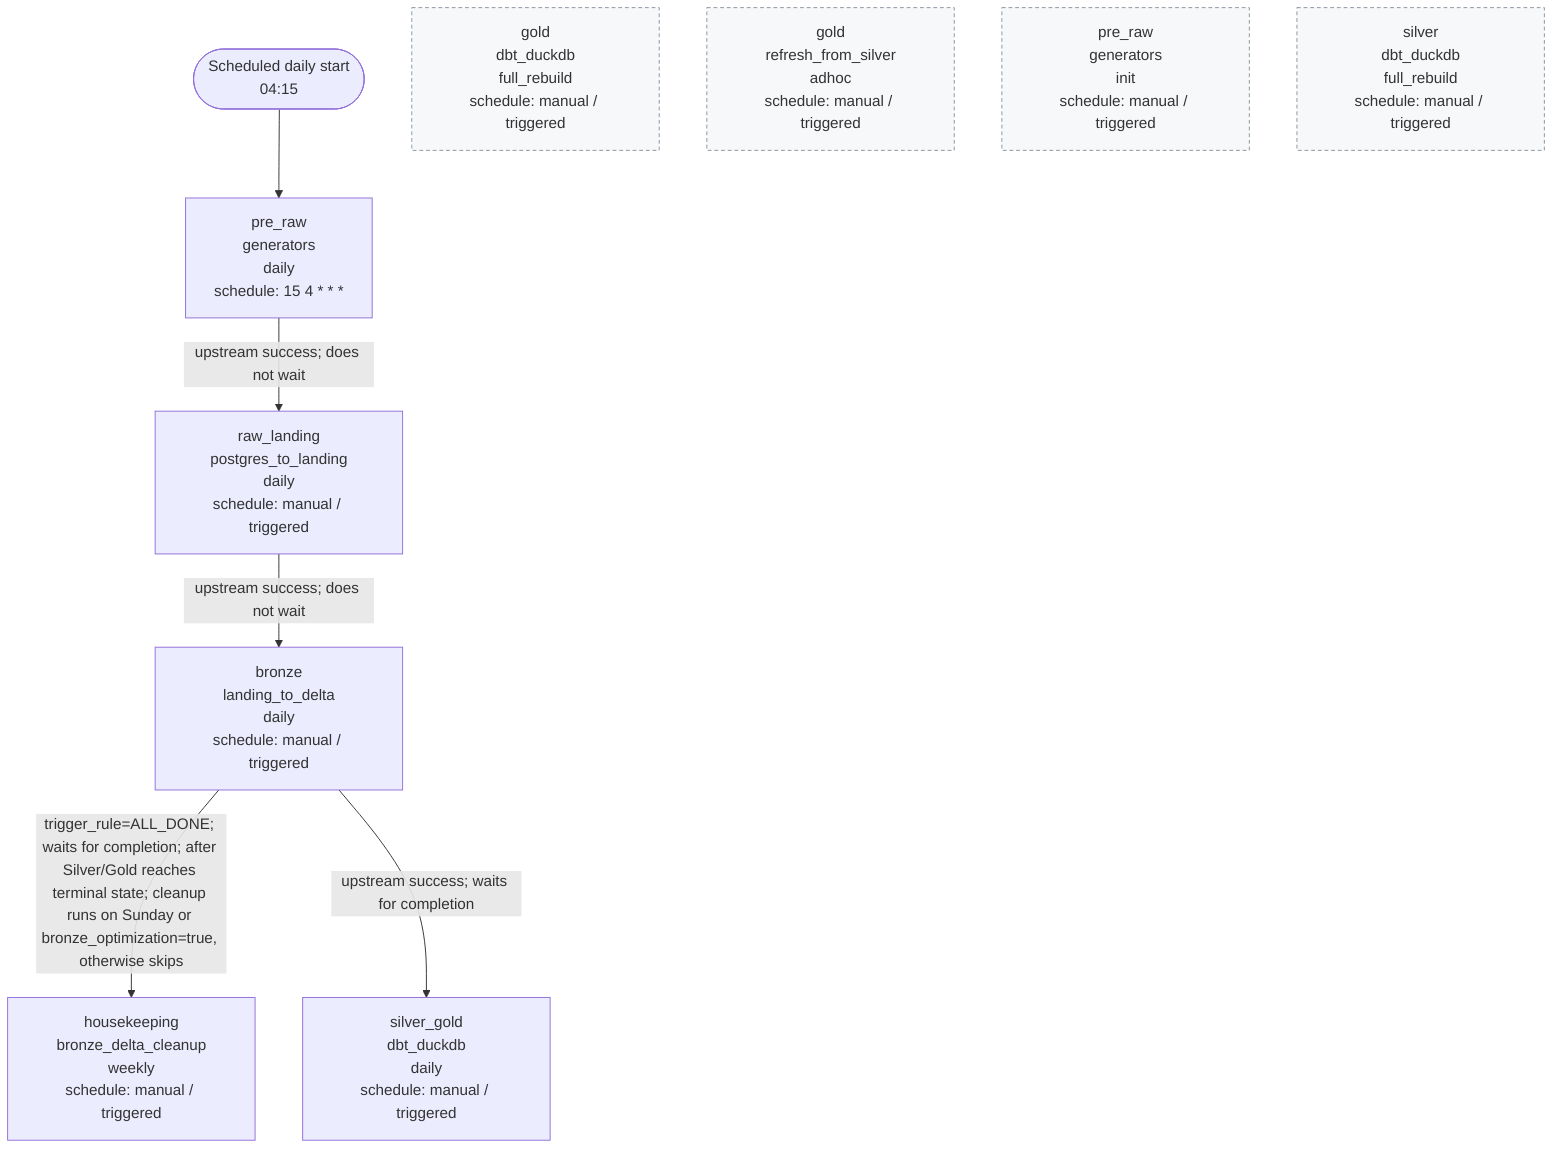
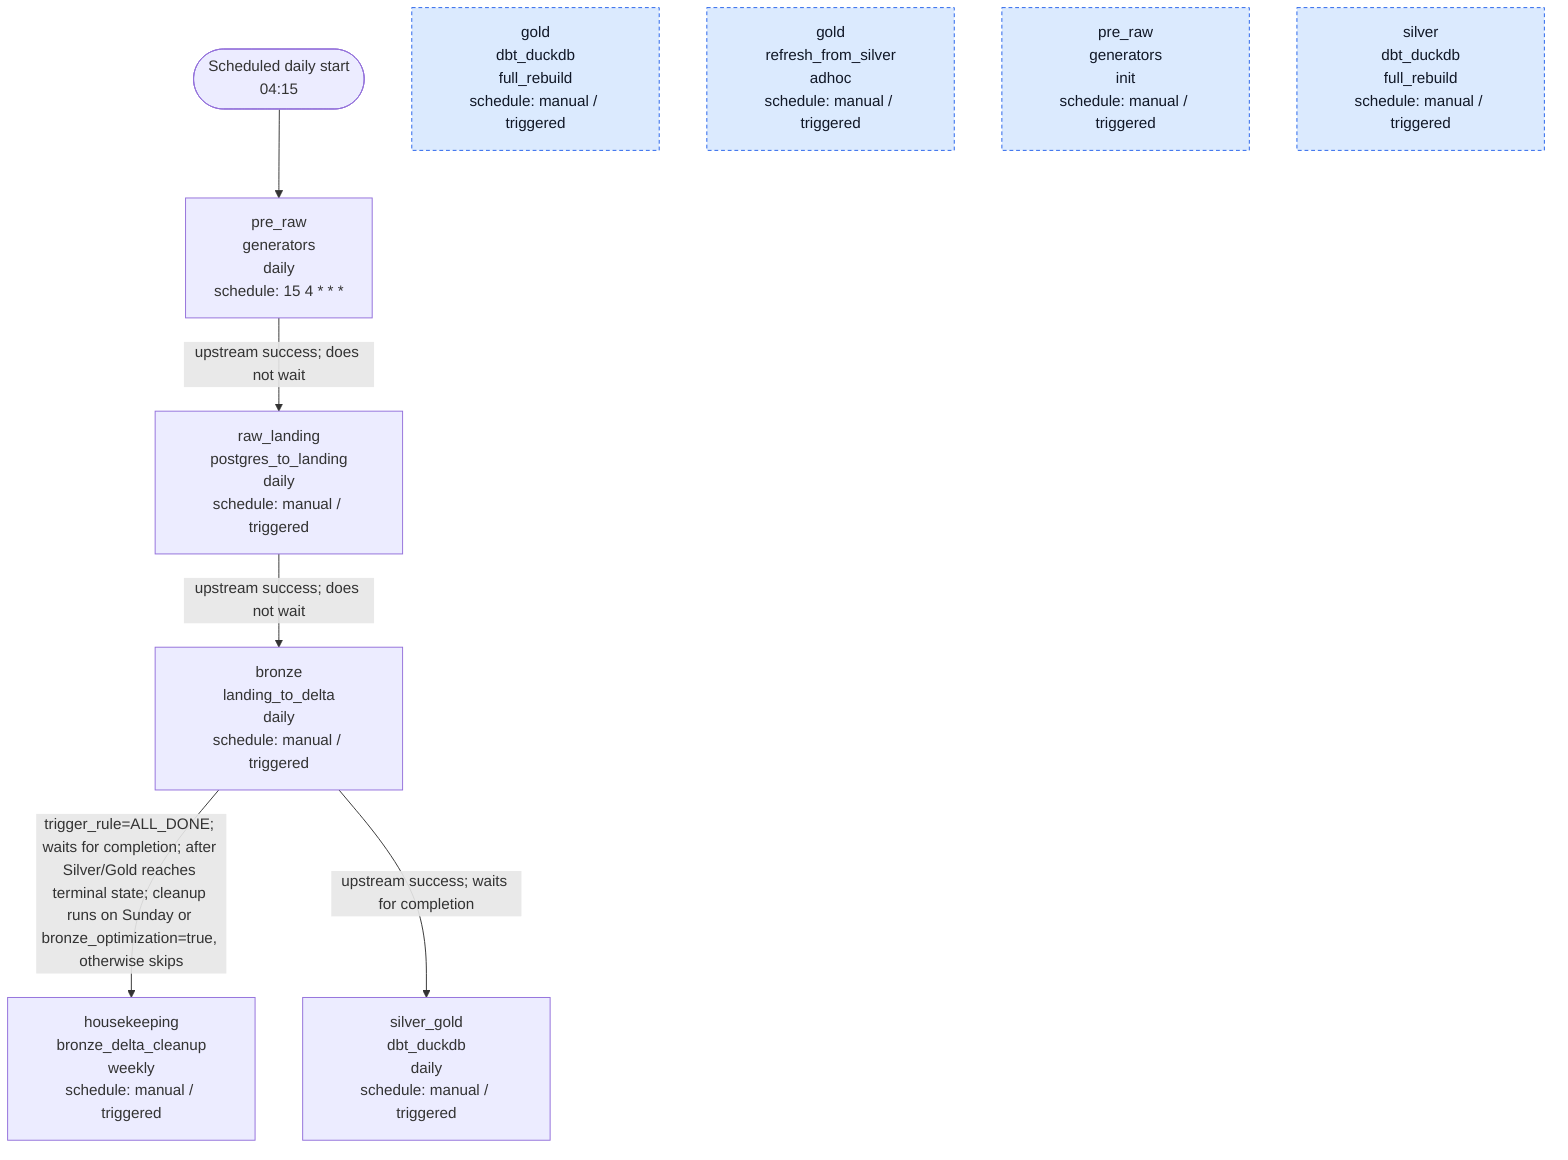
flowchart TD
    START(["Scheduled daily start<br/>04:15"])
    D_AMPERE__BRONZE__LANDING_TO_DELTA__DAILY["bronze<br/>landing_to_delta<br/>daily<br/>schedule: manual / triggered"]
    D_AMPERE__GOLD__DBT_DUCKDB__FULL_REBUILD["gold<br/>dbt_duckdb<br/>full_rebuild<br/>schedule: manual / triggered"]
    D_AMPERE__GOLD__REFRESH_FROM_SILVER__ADHOC["gold<br/>refresh_from_silver<br/>adhoc<br/>schedule: manual / triggered"]
    D_AMPERE__HOUSEKEEPING__BRONZE_DELTA_CLEANUP__WEEKLY["housekeeping<br/>bronze_delta_cleanup<br/>weekly<br/>schedule: manual / triggered"]
    D_AMPERE__PRE_RAW__GENERATORS__DAILY["pre_raw<br/>generators<br/>daily<br/>schedule: 15 4 * * *"]
    D_AMPERE__PRE_RAW__GENERATORS__INIT["pre_raw<br/>generators<br/>init<br/>schedule: manual / triggered"]
    D_AMPERE__RAW_LANDING__POSTGRES_TO_LANDING__DAILY["raw_landing<br/>postgres_to_landing<br/>daily<br/>schedule: manual / triggered"]
    D_AMPERE__SILVER__DBT_DUCKDB__FULL_REBUILD["silver<br/>dbt_duckdb<br/>full_rebuild<br/>schedule: manual / triggered"]
    D_AMPERE__SILVER_GOLD__DBT_DUCKDB__DAILY["silver_gold<br/>dbt_duckdb<br/>daily<br/>schedule: manual / triggered"]

    START --> D_AMPERE__PRE_RAW__GENERATORS__DAILY
    D_AMPERE__BRONZE__LANDING_TO_DELTA__DAILY -->|"trigger_rule=ALL_DONE; waits for completion; after Silver/Gold reaches terminal state; cleanup runs on Sunday or bronze_optimization=true, otherwise skips"| D_AMPERE__HOUSEKEEPING__BRONZE_DELTA_CLEANUP__WEEKLY
    D_AMPERE__BRONZE__LANDING_TO_DELTA__DAILY -->|"upstream success; waits for completion"| D_AMPERE__SILVER_GOLD__DBT_DUCKDB__DAILY
    D_AMPERE__PRE_RAW__GENERATORS__DAILY -->|"upstream success; does not wait"| D_AMPERE__RAW_LANDING__POSTGRES_TO_LANDING__DAILY
    D_AMPERE__RAW_LANDING__POSTGRES_TO_LANDING__DAILY -->|"upstream success; does not wait"| D_AMPERE__BRONZE__LANDING_TO_DELTA__DAILY

    D_AMPERE__PRE_RAW__GENERATORS__INIT:::manual
    D_AMPERE__SILVER__DBT_DUCKDB__FULL_REBUILD:::manual
    D_AMPERE__GOLD__DBT_DUCKDB__FULL_REBUILD:::manual
    D_AMPERE__GOLD__REFRESH_FROM_SILVER__ADHOC:::manual
-     classDef manual fill:#f6f8fa,stroke:#8c959f,stroke-dasharray: 4 3
+     classDef manual fill:#dbeafe,stroke:#2563eb,color:#111827,stroke-dasharray: 4 3
